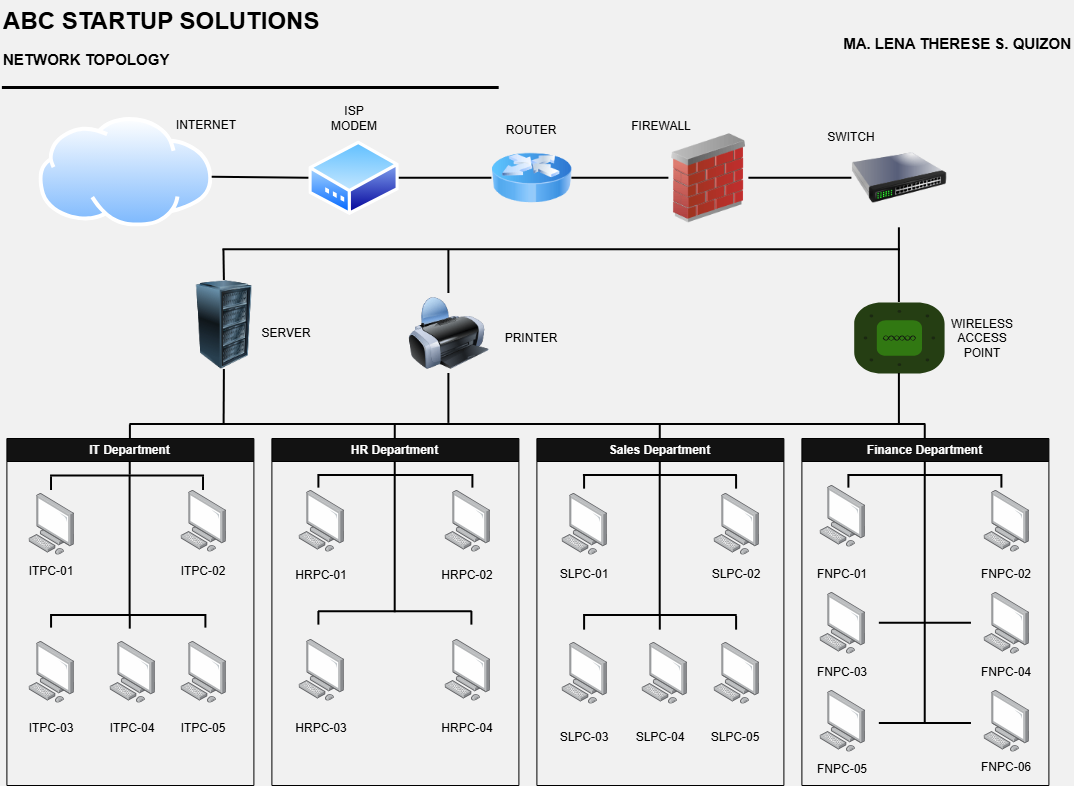
Earlier version of the draw.io export Week02/diagrams/Enterprise_Network_Topology.drawio.png (lenaquizon/BSIT-SystemAdministration-Portfolio). Source tidied: cells renumbered, new cells last; positions are measured from the earlier drawing's top-left corner, leaving out a move shared by most shapes.
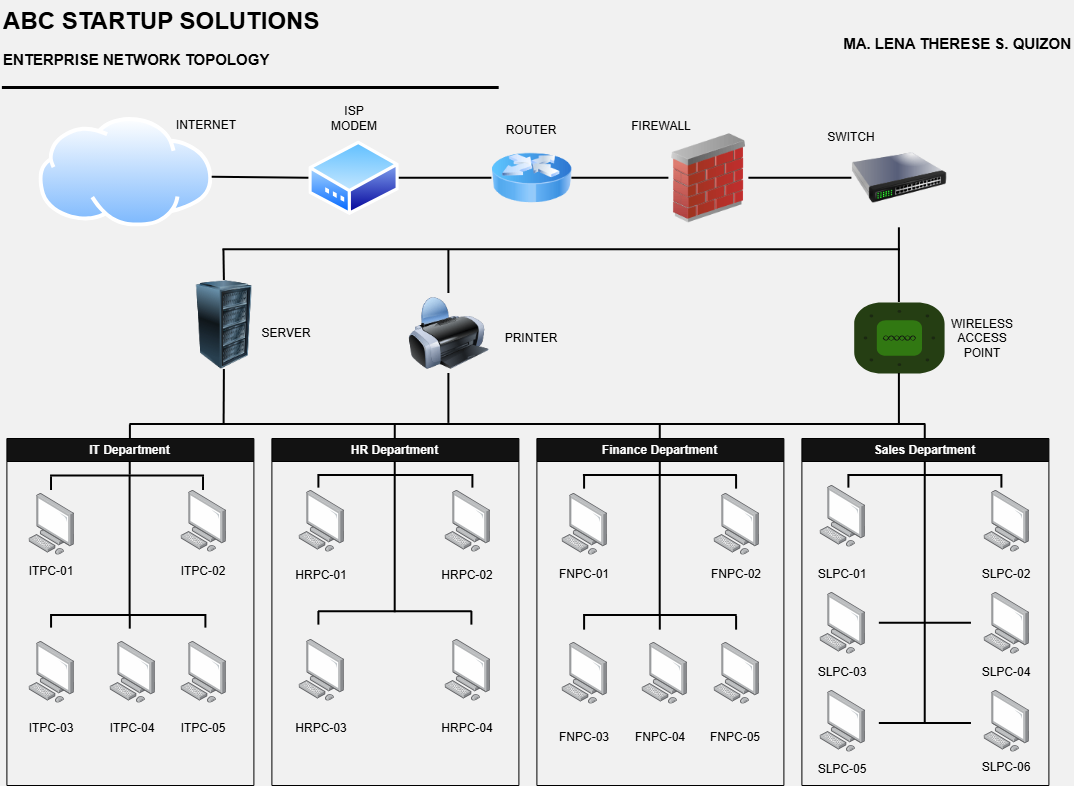
After the commit.

Change to the diagram source:
```diff
@@ -5,8 +5,8 @@
     <mxCell id="2" value="&lt;h1 style=&quot;margin-top: 0px;&quot;&gt;&lt;span style=&quot;color: light-dark(rgb(0, 0, 0), rgb(0, 0, 0));&quot;&gt;ABC STARTUP SOLUTIONS&lt;/span&gt;&lt;/h1&gt;" style="text;html=1;whiteSpace=wrap;overflow=hidden;rounded=0;align=left;" parent="1" vertex="1">
       <mxGeometry width="338" height="52" as="geometry" />
     </mxCell>
-    <mxCell id="3" value="&lt;span style=&quot;color: light-dark(rgb(0, 0, 0), rgb(0, 0, 0));&quot;&gt;&lt;font style=&quot;font-size: 15px;&quot;&gt;&lt;b&gt;NETWORK TOPOLOGY&lt;/b&gt;&lt;/font&gt;&lt;/span&gt;" style="text;html=1;whiteSpace=wrap;strokeColor=none;fillColor=none;align=left;verticalAlign=middle;rounded=0;" parent="1" vertex="1">
-      <mxGeometry y="44" width="223" height="30" as="geometry" />
+    <mxCell id="3" value="&lt;span style=&quot;color: light-dark(rgb(0, 0, 0), rgb(0, 0, 0));&quot;&gt;&lt;font style=&quot;font-size: 15px;&quot;&gt;&lt;b&gt;ENTERPRISE NETWORK TOPOLOGY&lt;/b&gt;&lt;/font&gt;&lt;/span&gt;" style="text;html=1;whiteSpace=wrap;strokeColor=none;fillColor=none;align=left;verticalAlign=middle;rounded=0;" parent="1" vertex="1">
+      <mxGeometry y="44" width="312" height="30" as="geometry" />
     </mxCell>
     <mxCell id="4" style="endArrow=none;html=1;rounded=0;fontColor=light-dark(#000000,#000000);labelBorderColor=default;strokeColor=light-dark(#000000,#000000);strokeWidth=3;" parent="1" edge="1">
       <mxGeometry relative="1" as="geometry">
@@ -243,7 +243,7 @@
         <mxPoint x="200" y="173" as="targetPoint" />
       </mxGeometry>
     </mxCell>
-    <mxCell id="61" value="Sales Department" style="swimlane;whiteSpace=wrap;html=1;strokeColor=light-dark(#000000,#000000);" parent="1" vertex="1">
+    <mxCell id="61" value="Finance Department" style="swimlane;whiteSpace=wrap;html=1;strokeColor=light-dark(#000000,#000000);" parent="1" vertex="1">
       <mxGeometry x="535" y="438" width="247" height="347" as="geometry" />
     </mxCell>
     <mxCell id="62" style="image;html=1;align=center;shadow=0;dashed=0;image=img/lib/allied_telesis/computer_and_terminals/Personal_Computer.svg;" parent="61" vertex="1">
@@ -261,19 +261,19 @@
     <mxCell id="66" style="image;html=1;align=center;shadow=0;dashed=0;image=img/lib/allied_telesis/computer_and_terminals/Personal_Computer.svg;" parent="61" vertex="1">
       <mxGeometry x="105" y="204" width="45.6" height="61.8" as="geometry" />
     </mxCell>
-    <mxCell id="67" value="&lt;span style=&quot;color: light-dark(rgb(0, 0, 0), rgb(0, 0, 0));&quot;&gt;SLPC-01&lt;/span&gt;" style="text;html=1;whiteSpace=wrap;strokeColor=none;fillColor=none;align=center;verticalAlign=middle;rounded=0;" parent="61" vertex="1">
+    <mxCell id="67" value="&lt;span style=&quot;color: light-dark(rgb(0, 0, 0), rgb(0, 0, 0));&quot;&gt;FNPC-01&lt;/span&gt;" style="text;html=1;whiteSpace=wrap;strokeColor=none;fillColor=none;align=center;verticalAlign=middle;rounded=0;" parent="61" vertex="1">
       <mxGeometry x="17.8" y="121" width="60" height="30" as="geometry" />
     </mxCell>
-    <mxCell id="68" value="&lt;span style=&quot;color: light-dark(rgb(0, 0, 0), rgb(0, 0, 0));&quot;&gt;SLPC-02&lt;/span&gt;" style="text;html=1;whiteSpace=wrap;strokeColor=none;fillColor=none;align=center;verticalAlign=middle;rounded=0;" parent="61" vertex="1">
+    <mxCell id="68" value="&lt;span style=&quot;color: light-dark(rgb(0, 0, 0), rgb(0, 0, 0));&quot;&gt;FNPC-02&lt;/span&gt;" style="text;html=1;whiteSpace=wrap;strokeColor=none;fillColor=none;align=center;verticalAlign=middle;rounded=0;" parent="61" vertex="1">
       <mxGeometry x="169.8" y="121" width="60" height="30" as="geometry" />
     </mxCell>
-    <mxCell id="69" value="&lt;span style=&quot;color: light-dark(rgb(0, 0, 0), rgb(0, 0, 0));&quot;&gt;SLPC-03&lt;/span&gt;" style="text;html=1;whiteSpace=wrap;strokeColor=none;fillColor=none;align=center;verticalAlign=middle;rounded=0;" parent="61" vertex="1">
+    <mxCell id="69" value="&lt;span style=&quot;color: light-dark(rgb(0, 0, 0), rgb(0, 0, 0));&quot;&gt;FNPC-03&lt;/span&gt;" style="text;html=1;whiteSpace=wrap;strokeColor=none;fillColor=none;align=center;verticalAlign=middle;rounded=0;" parent="61" vertex="1">
       <mxGeometry x="17.8" y="284" width="60" height="30" as="geometry" />
     </mxCell>
-    <mxCell id="70" value="&lt;span style=&quot;color: light-dark(rgb(0, 0, 0), rgb(0, 0, 0));&quot;&gt;SLPC-04&lt;/span&gt;" style="text;html=1;whiteSpace=wrap;strokeColor=none;fillColor=none;align=center;verticalAlign=middle;rounded=0;" parent="61" vertex="1">
+    <mxCell id="70" value="&lt;span style=&quot;color: light-dark(rgb(0, 0, 0), rgb(0, 0, 0));&quot;&gt;FNPC-04&lt;/span&gt;" style="text;html=1;whiteSpace=wrap;strokeColor=none;fillColor=none;align=center;verticalAlign=middle;rounded=0;" parent="61" vertex="1">
       <mxGeometry x="93.5" y="284" width="60" height="30" as="geometry" />
     </mxCell>
-    <mxCell id="71" value="&lt;span style=&quot;color: light-dark(rgb(0, 0, 0), rgb(0, 0, 0));&quot;&gt;SLPC-05&lt;/span&gt;" style="text;html=1;whiteSpace=wrap;strokeColor=none;fillColor=none;align=center;verticalAlign=middle;rounded=0;" parent="61" vertex="1">
+    <mxCell id="71" value="&lt;span style=&quot;color: light-dark(rgb(0, 0, 0), rgb(0, 0, 0));&quot;&gt;FNPC-05&lt;/span&gt;" style="text;html=1;whiteSpace=wrap;strokeColor=none;fillColor=none;align=center;verticalAlign=middle;rounded=0;" parent="61" vertex="1">
       <mxGeometry x="169" y="284" width="60" height="30" as="geometry" />
     </mxCell>
     <mxCell id="72" style="endArrow=none;html=1;rounded=0;strokeWidth=2;strokeColor=light-dark(#000000,#000000);exitX=0.5;exitY=0;exitDx=0;exitDy=0;" parent="61" edge="1">
@@ -330,7 +330,7 @@
         <mxPoint x="199.7" y="178" as="targetPoint" />
       </mxGeometry>
     </mxCell>
-    <mxCell id="81" value="Finance Department" style="swimlane;whiteSpace=wrap;html=1;strokeColor=light-dark(#000000,#000000);" parent="1" vertex="1">
+    <mxCell id="81" value="Sales Department" style="swimlane;whiteSpace=wrap;html=1;strokeColor=light-dark(#000000,#000000);startSize=23;" parent="1" vertex="1">
       <mxGeometry x="800" y="438" width="247" height="347" as="geometry" />
     </mxCell>
     <mxCell id="82" style="image;html=1;align=center;shadow=0;dashed=0;image=img/lib/allied_telesis/computer_and_terminals/Personal_Computer.svg;" parent="81" vertex="1">
@@ -348,25 +348,25 @@
     <mxCell id="86" style="image;html=1;align=center;shadow=0;dashed=0;image=img/lib/allied_telesis/computer_and_terminals/Personal_Computer.svg;" parent="81" vertex="1">
       <mxGeometry x="18" y="252" width="45.6" height="61.8" as="geometry" />
     </mxCell>
-    <mxCell id="87" value="&lt;span style=&quot;color: light-dark(rgb(0, 0, 0), rgb(0, 0, 0));&quot;&gt;FNPC-01&lt;/span&gt;" style="text;html=1;whiteSpace=wrap;strokeColor=none;fillColor=none;align=center;verticalAlign=middle;rounded=0;" parent="81" vertex="1">
+    <mxCell id="87" value="&lt;span style=&quot;color: light-dark(rgb(0, 0, 0), rgb(0, 0, 0));&quot;&gt;SLPC-01&lt;/span&gt;" style="text;html=1;whiteSpace=wrap;strokeColor=none;fillColor=none;align=center;verticalAlign=middle;rounded=0;" parent="81" vertex="1">
       <mxGeometry x="10.8" y="121" width="60" height="30" as="geometry" />
     </mxCell>
-    <mxCell id="88" value="&lt;span style=&quot;color: light-dark(rgb(0, 0, 0), rgb(0, 0, 0));&quot;&gt;FNPC-02&lt;/span&gt;" style="text;html=1;whiteSpace=wrap;strokeColor=none;fillColor=none;align=center;verticalAlign=middle;rounded=0;" parent="81" vertex="1">
+    <mxCell id="88" value="&lt;span style=&quot;color: light-dark(rgb(0, 0, 0), rgb(0, 0, 0));&quot;&gt;SLPC-02&lt;/span&gt;" style="text;html=1;whiteSpace=wrap;strokeColor=none;fillColor=none;align=center;verticalAlign=middle;rounded=0;" parent="81" vertex="1">
       <mxGeometry x="174.8" y="121" width="60" height="30" as="geometry" />
     </mxCell>
-    <mxCell id="89" value="&lt;span style=&quot;color: light-dark(rgb(0, 0, 0), rgb(0, 0, 0));&quot;&gt;FNPC-03&lt;/span&gt;" style="text;html=1;whiteSpace=wrap;strokeColor=none;fillColor=none;align=center;verticalAlign=middle;rounded=0;" parent="81" vertex="1">
+    <mxCell id="89" value="&lt;span style=&quot;color: light-dark(rgb(0, 0, 0), rgb(0, 0, 0));&quot;&gt;SLPC-03&lt;/span&gt;" style="text;html=1;whiteSpace=wrap;strokeColor=none;fillColor=none;align=center;verticalAlign=middle;rounded=0;" parent="81" vertex="1">
       <mxGeometry x="10.8" y="219" width="60" height="30" as="geometry" />
     </mxCell>
-    <mxCell id="90" value="&lt;span style=&quot;color: light-dark(rgb(0, 0, 0), rgb(0, 0, 0));&quot;&gt;FNPC-04&lt;/span&gt;" style="text;html=1;whiteSpace=wrap;strokeColor=none;fillColor=none;align=center;verticalAlign=middle;rounded=0;" parent="81" vertex="1">
+    <mxCell id="90" value="&lt;span style=&quot;color: light-dark(rgb(0, 0, 0), rgb(0, 0, 0));&quot;&gt;SLPC-04&lt;/span&gt;" style="text;html=1;whiteSpace=wrap;strokeColor=none;fillColor=none;align=center;verticalAlign=middle;rounded=0;" parent="81" vertex="1">
       <mxGeometry x="174.8" y="219" width="60" height="30" as="geometry" />
     </mxCell>
-    <mxCell id="91" value="&lt;span style=&quot;color: light-dark(rgb(0, 0, 0), rgb(0, 0, 0));&quot;&gt;FNPC-05&lt;/span&gt;" style="text;html=1;whiteSpace=wrap;strokeColor=none;fillColor=none;align=center;verticalAlign=middle;rounded=0;" parent="81" vertex="1">
+    <mxCell id="91" value="&lt;span style=&quot;color: light-dark(rgb(0, 0, 0), rgb(0, 0, 0));&quot;&gt;SLPC-05&lt;/span&gt;" style="text;html=1;whiteSpace=wrap;strokeColor=none;fillColor=none;align=center;verticalAlign=middle;rounded=0;" parent="81" vertex="1">
       <mxGeometry x="10.8" y="316" width="60" height="30" as="geometry" />
     </mxCell>
     <mxCell id="92" style="image;html=1;align=center;shadow=0;dashed=0;image=img/lib/allied_telesis/computer_and_terminals/Personal_Computer.svg;" parent="81" vertex="1">
       <mxGeometry x="182" y="252" width="45.6" height="61.8" as="geometry" />
     </mxCell>
-    <mxCell id="93" value="&lt;span style=&quot;color: light-dark(rgb(0, 0, 0), rgb(0, 0, 0));&quot;&gt;FNPC-06&lt;/span&gt;" style="text;html=1;whiteSpace=wrap;strokeColor=none;fillColor=none;align=center;verticalAlign=middle;rounded=0;" parent="81" vertex="1">
+    <mxCell id="93" value="&lt;span style=&quot;color: light-dark(rgb(0, 0, 0), rgb(0, 0, 0));&quot;&gt;SLPC-06&lt;/span&gt;" style="text;html=1;whiteSpace=wrap;strokeColor=none;fillColor=none;align=center;verticalAlign=middle;rounded=0;" parent="81" vertex="1">
       <mxGeometry x="174.8" y="313.8" width="60" height="30" as="geometry" />
     </mxCell>
     <mxCell id="94" style="endArrow=none;html=1;rounded=0;strokeWidth=2;strokeColor=light-dark(#000000,#000000);exitX=0.5;exitY=0;exitDx=0;exitDy=0;" parent="81" edge="1">
```
